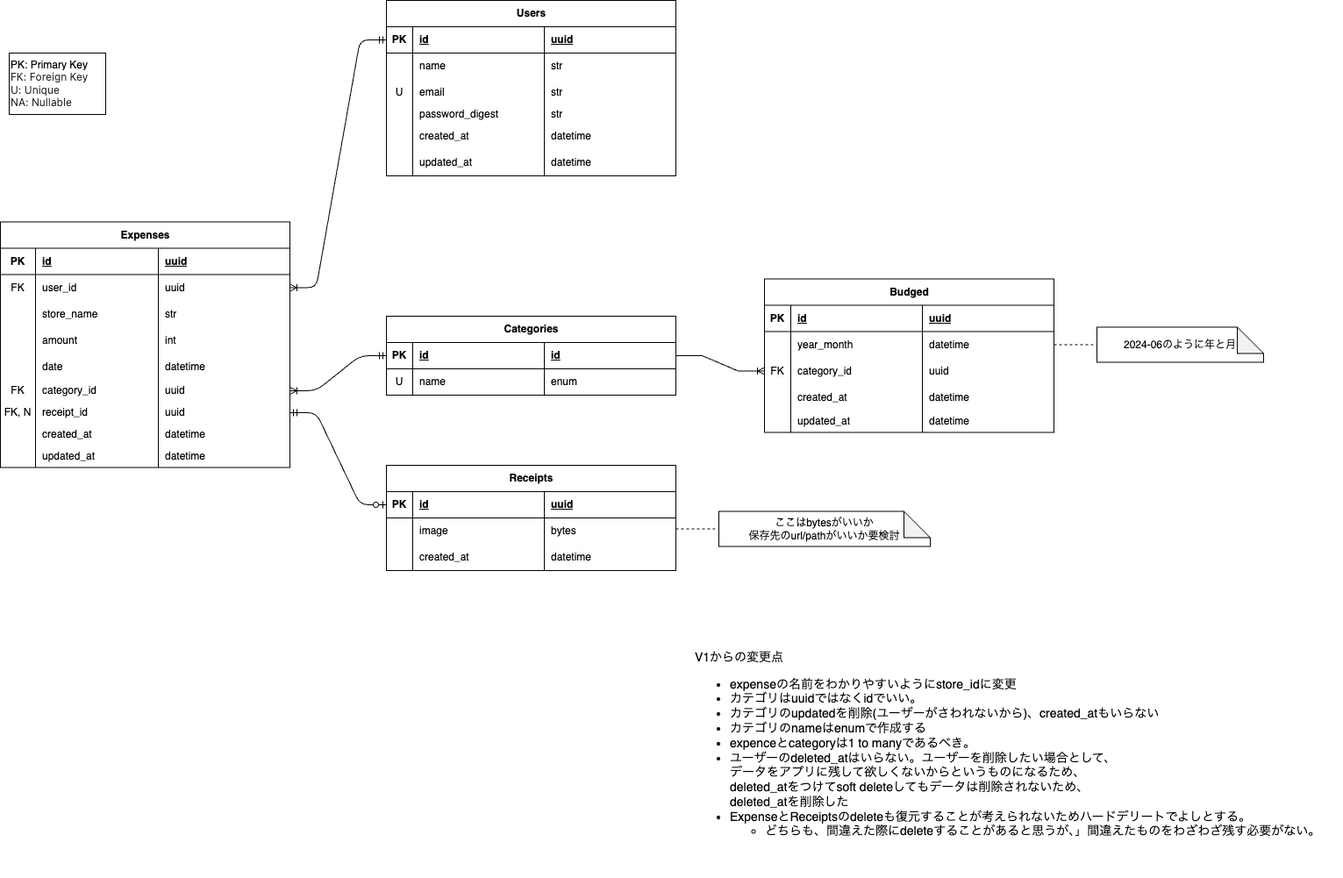
This is architecture/ER/ER_v2.png from ogaogs/receipt-scanner, a draw.io export, as it was before one commit. Source tidied: cells renumbered, new cells last; positions are measured from the earlier drawing's top-left corner, leaving out a move shared by most shapes.
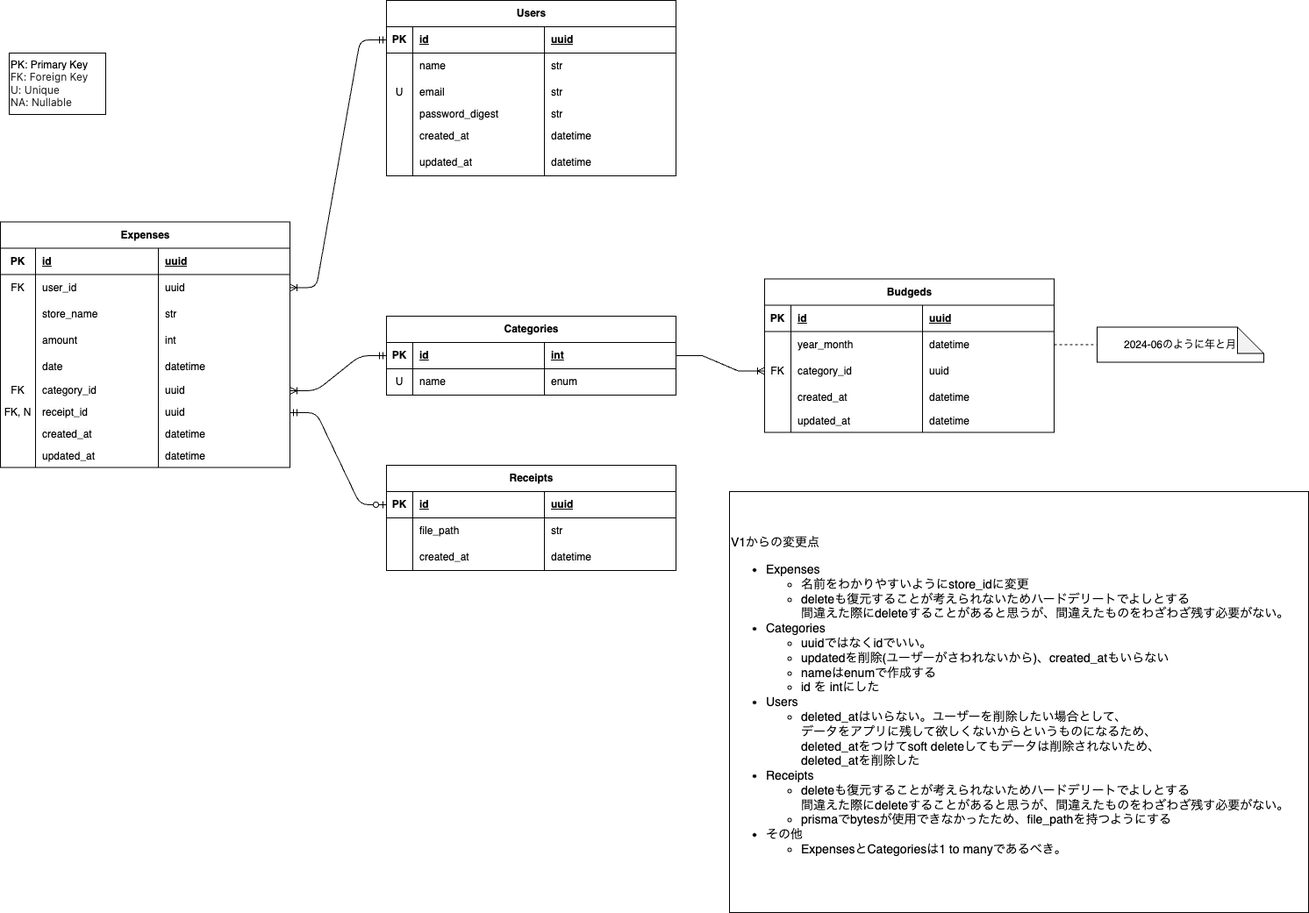
After the change.

Commit message:
🗃️ Receiptsのimageを保存するDBをfile_pathに変更などER図v2を編集した (#30)

Diff of the diagram source:
```diff
@@ -200,7 +200,7 @@
     <mxCell id="67" value="id" style="shape=partialRectangle;fillColor=none;top=0;left=0;bottom=0;right=0;align=left;spacingLeft=6;fontStyle=5;overflow=hidden;whiteSpace=wrap;html=1;" parent="65" vertex="1">
       <mxGeometry x="30" width="150" height="30" as="geometry" />
     </mxCell>
-    <mxCell id="68" value="id" style="shape=partialRectangle;fillColor=none;top=0;left=0;bottom=0;right=0;align=left;spacingLeft=6;fontStyle=5;overflow=hidden;whiteSpace=wrap;html=1;" parent="65" vertex="1">
+    <mxCell id="68" value="int" style="shape=partialRectangle;fillColor=none;top=0;left=0;bottom=0;right=0;align=left;spacingLeft=6;fontStyle=5;overflow=hidden;whiteSpace=wrap;html=1;" parent="65" vertex="1">
       <mxGeometry x="180" width="150" height="30" as="geometry" />
     </mxCell>
     <mxCell id="69" style="shape=tableRow;horizontal=0;startSize=0;swimlaneHead=0;swimlaneBody=0;fillColor=none;top=0;left=0;right=0;bottom=0;" parent="64" vertex="1">
@@ -236,10 +236,10 @@
     <mxCell id="79" style="shape=partialRectangle;fillColor=none;top=0;left=0;bottom=0;right=0;overflow=hidden;whiteSpace=wrap;html=1;" parent="78" vertex="1">
       <mxGeometry width="30" height="30" as="geometry" />
     </mxCell>
-    <mxCell id="80" value="image" style="shape=partialRectangle;fillColor=none;top=0;left=0;bottom=0;right=0;align=left;spacingLeft=6;overflow=hidden;whiteSpace=wrap;html=1;" parent="78" vertex="1">
+    <mxCell id="80" value="file_path" style="shape=partialRectangle;fillColor=none;top=0;left=0;bottom=0;right=0;align=left;spacingLeft=6;overflow=hidden;whiteSpace=wrap;html=1;" parent="78" vertex="1">
       <mxGeometry x="30" width="150" height="30" as="geometry" />
     </mxCell>
-    <mxCell id="81" value="bytes" style="shape=partialRectangle;fillColor=none;top=0;left=0;bottom=0;right=0;align=left;spacingLeft=6;overflow=hidden;whiteSpace=wrap;html=1;" parent="78" vertex="1">
+    <mxCell id="81" value="str" style="shape=partialRectangle;fillColor=none;top=0;left=0;bottom=0;right=0;align=left;spacingLeft=6;overflow=hidden;whiteSpace=wrap;html=1;" parent="78" vertex="1">
       <mxGeometry x="180" width="150" height="30" as="geometry" />
     </mxCell>
     <mxCell id="82" style="shape=tableRow;horizontal=0;startSize=0;swimlaneHead=0;swimlaneBody=0;fillColor=none;top=0;left=0;right=0;bottom=0;" parent="73" vertex="1">
@@ -254,7 +254,7 @@
     <mxCell id="85" value="&lt;meta charset=&quot;utf-8&quot;&gt;&lt;span style=&quot;color: rgb(0, 0, 0); font-family: Helvetica; font-size: 12px; font-style: normal; font-variant-ligatures: normal; font-variant-caps: normal; font-weight: 400; letter-spacing: normal; orphans: 2; text-align: left; text-indent: 0px; text-transform: none; widows: 2; word-spacing: 0px; -webkit-text-stroke-width: 0px; white-space: normal; background-color: rgb(251, 251, 251); text-decoration-thickness: initial; text-decoration-style: initial; text-decoration-color: initial; display: inline !important; float: none;&quot;&gt;datetime&lt;/span&gt;" style="shape=partialRectangle;fillColor=none;top=0;left=0;bottom=0;right=0;align=left;spacingLeft=6;overflow=hidden;whiteSpace=wrap;html=1;" parent="82" vertex="1">
       <mxGeometry x="180" width="150" height="30" as="geometry" />
     </mxCell>
-    <mxCell id="86" value="Budged" style="shape=table;startSize=30;rowLines=0;fontStyle=1;align=center;html=1;" parent="1" vertex="1">
+    <mxCell id="86" value="Budgeds" style="shape=table;startSize=30;rowLines=0;fontStyle=1;align=center;html=1;" parent="1" vertex="1">
       <mxGeometry x="871" y="317.5" width="330" height="175" as="geometry" />
     </mxCell>
     <mxCell id="87" style="shape=tableRow;horizontal=0;startSize=0;swimlaneHead=0;swimlaneBody=0;fillColor=none;top=0;left=0;right=0;bottom=1;" parent="86" vertex="1">
@@ -320,8 +320,8 @@
     <mxCell id="107" style="edgeStyle=entityRelationEdgeStyle;fontSize=12;html=1;endArrow=ERoneToMany;rounded=0;entryX=0;entryY=0.5;entryDx=0;entryDy=0;exitX=1;exitY=0.5;exitDx=0;exitDy=0;" parent="1" edge="1" source="65" target="95">
       <mxGeometry relative="1" as="geometry" />
     </mxCell>
-    <mxCell id="108" value="&lt;div style=&quot;font-size: 14px;&quot;&gt;V1からの変更点&lt;/div&gt;&lt;ul style=&quot;font-size: 14px;&quot;&gt;&lt;li style=&quot;font-size: 14px;&quot;&gt;expenseの名前をわかりやすいようにstore_idに変更&lt;/li&gt;&lt;li style=&quot;font-size: 14px;&quot;&gt;カテゴリはuuidではなくidでいい。&lt;/li&gt;&lt;li style=&quot;font-size: 14px;&quot;&gt;&lt;span style=&quot;background-color: initial; font-size: 14px;&quot;&gt;カテゴリのupdatedを削除(ユーザーがさわれないから)、created_atもいらない&lt;/span&gt;&lt;/li&gt;&lt;li style=&quot;font-size: 14px;&quot;&gt;&lt;span style=&quot;background-color: initial; font-size: 14px;&quot;&gt;カテゴリのnameはenumで作成する&lt;/span&gt;&lt;/li&gt;&lt;li style=&quot;font-size: 14px;&quot;&gt;expenceとcategoryは1 to manyであるべき。&lt;/li&gt;&lt;li style=&quot;font-size: 14px;&quot;&gt;ユーザーのdeleted_atはいらない。ユーザーを削除したい場合として、&lt;br style=&quot;font-size: 14px;&quot;&gt;データをアプリに残して欲しくないからというものになるため、&lt;br style=&quot;font-size: 14px;&quot;&gt;deleted_atをつけてsoft deleteしてもデータは削除されないため、&lt;br style=&quot;font-size: 14px;&quot;&gt;deleted_atを削除した&lt;/li&gt;&lt;li style=&quot;font-size: 14px;&quot;&gt;ExpenseとReceiptsのdeleteも復元することが考えられないためハードデリートでよしとする。&lt;/li&gt;&lt;ul style=&quot;font-size: 14px;&quot;&gt;&lt;li style=&quot;font-size: 14px;&quot;&gt;どちらも、間違えた際にdeleteすることがあると思うが、」間違えたものをわざわざ残す必要がない。&lt;/li&gt;&lt;/ul&gt;&lt;/ul&gt;" style="text;html=1;align=left;verticalAlign=middle;strokeColor=none;fillColor=none;fontSize=14;" parent="1" vertex="1">
-      <mxGeometry x="790" y="710" width="740" height="290" as="geometry" />
+    <mxCell id="108" value="&lt;div style=&quot;font-size: 14px;&quot;&gt;V1からの変更点&lt;/div&gt;&lt;ul style=&quot;&quot;&gt;&lt;li style=&quot;font-size: 14px;&quot;&gt;Expenses&lt;/li&gt;&lt;ul&gt;&lt;li style=&quot;font-size: 14px;&quot;&gt;名前をわかりやすいようにstore_idに変更&lt;/li&gt;&lt;li style=&quot;font-size: 14px;&quot;&gt;deleteも復元することが考えられないためハードデリートでよしとする&lt;br&gt;間違えた際にdeleteすることがあると思うが、間違えたものをわざわざ残す必要がない。&lt;/li&gt;&lt;/ul&gt;&lt;li style=&quot;font-size: 14px;&quot;&gt;Categories&lt;/li&gt;&lt;ul&gt;&lt;li style=&quot;font-size: 14px;&quot;&gt;uuidではなくidでいい。&lt;/li&gt;&lt;li style=&quot;font-size: 14px;&quot;&gt;updatedを削除(ユーザーがさわれないから)、created_atもいらない&lt;/li&gt;&lt;li style=&quot;font-size: 14px;&quot;&gt;nameはenumで作成する&lt;/li&gt;&lt;li style=&quot;font-size: 14px;&quot;&gt;id を intにした&lt;/li&gt;&lt;/ul&gt;&lt;li style=&quot;font-size: 14px;&quot;&gt;Users&lt;/li&gt;&lt;ul&gt;&lt;li style=&quot;font-size: 14px;&quot;&gt;deleted_atはいらない。ユーザーを削除したい場合として、&lt;br style=&quot;font-size: 14px;&quot;&gt;データをアプリに残して欲しくないからというものになるため、&lt;br style=&quot;font-size: 14px;&quot;&gt;deleted_atをつけてsoft deleteしてもデータは削除されないため、&lt;br style=&quot;font-size: 14px;&quot;&gt;deleted_atを削除した&lt;/li&gt;&lt;/ul&gt;&lt;li style=&quot;&quot;&gt;Receipts&lt;/li&gt;&lt;ul&gt;&lt;li style=&quot;border-color: var(--border-color);&quot;&gt;deleteも復元することが考えられないためハードデリートでよしとする&lt;br style=&quot;border-color: var(--border-color);&quot;&gt;間違えた際にdeleteすることがあると思うが、間違えたものをわざわざ残す必要がない。&lt;/li&gt;&lt;li&gt;prismaでbytesが使用できなかったため、file_pathを持つようにする&lt;/li&gt;&lt;/ul&gt;&lt;li&gt;その他&lt;/li&gt;&lt;ul&gt;&lt;li style=&quot;border-color: var(--border-color);&quot;&gt;ExpensesとCategoriesは1 to manyであるべき。&lt;br&gt;&lt;/li&gt;&lt;/ul&gt;&lt;/ul&gt;" style="text;html=1;align=left;verticalAlign=middle;strokeColor=default;fillColor=none;fontSize=14;" parent="1" vertex="1">
+      <mxGeometry x="831" y="560" width="660" height="480" as="geometry" />
     </mxCell>
     <mxCell id="109" value="&lt;font style=&quot;font-size: 12px;&quot;&gt;PK: Primary Key&lt;span style=&quot;color: rgba(0, 0, 0, 0.82); font-family: -apple-system, &amp;quot;system-ui&amp;quot;, &amp;quot;Hiragino Kaku Gothic ProN&amp;quot;, &amp;quot;Hiragino Sans&amp;quot;, Meiryo, sans-serif, &amp;quot;Segoe UI Emoji&amp;quot;; background-color: rgb(255, 255, 255);&quot;&gt;&lt;br&gt;FK: Foreign Key&lt;br&gt;U: Unique&lt;br&gt;NA: Nullable&lt;br&gt;&lt;/span&gt;&lt;/font&gt;" style="text;html=1;align=left;verticalAlign=middle;strokeColor=default;fillColor=none;" parent="1" vertex="1">
       <mxGeometry x="10" y="60" width="110" height="70" as="geometry" />
@@ -341,13 +341,5 @@
     <mxCell id="114" style="endArrow=none;dashed=1;html=1;fontSize=12;exitX=1;exitY=0.5;exitDx=0;exitDy=0;entryX=0;entryY=0.5;entryDx=0;entryDy=0;entryPerimeter=0;" parent="1" edge="1" source="91" target="113">
       <mxGeometry relative="1" as="geometry" />
     </mxCell>
-    <mxCell id="115" value="ここはbytesがいいか&lt;br&gt;保存先のurl/pathがいいか要検討" style="shape=note;whiteSpace=wrap;html=1;backgroundOutline=1;darkOpacity=0.05;strokeColor=default;fontSize=12;" parent="1" vertex="1">
-      <mxGeometry x="819" y="582.5" width="241" height="40" as="geometry" />
-    </mxCell>
-    <mxCell id="116" style="endArrow=none;dashed=1;html=1;fontSize=12;exitX=1;exitY=0.5;exitDx=0;exitDy=0;entryX=0;entryY=0.5;entryDx=0;entryDy=0;entryPerimeter=0;" parent="1" edge="1" target="115">
-      <mxGeometry relative="1" as="geometry">
-        <mxPoint x="770" y="602.5" as="sourcePoint" />
-      </mxGeometry>
-    </mxCell>
   </root>
 </mxGraphModel>
```
